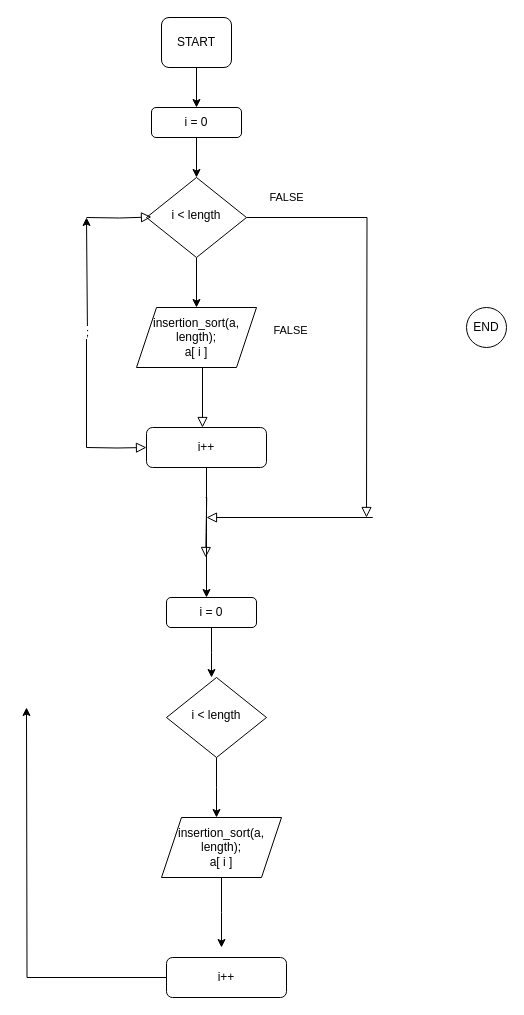
The draw.io diagram Untitled Diagram- sort-binary-search.drawio in MaxGitHub0515/College-labs, before the edit. Source tidied: cells renumbered, new cells numbered last; positions are measured from the earlier drawing's top-left corner, leaving out a move shared by most shapes. Both pictures are drawn from the tidied source at 100%, with x=0, y=0 at pixel (26, 17).
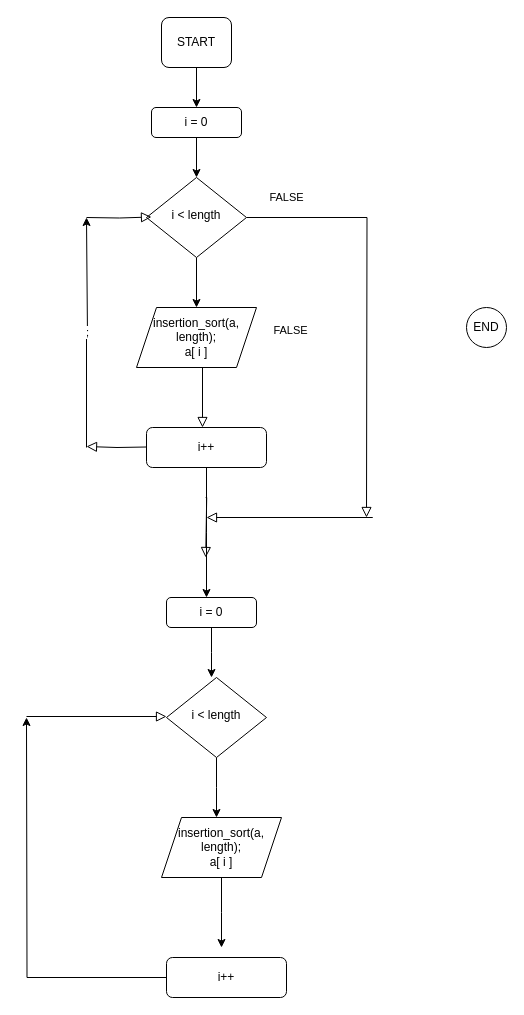
The same page after the edit.

The change refers to these unchanged cells:
```xml
<mxCell id="9" value="i++" style="rounded=1;whiteSpace=wrap;html=1;fontSize=12;glass=0;strokeWidth=1;shadow=0;" parent="1" vertex="1">
  <mxGeometry x="120" y="410" width="120" height="40" as="geometry" />
</mxCell>
<mxCell id="27" value="i++" style="rounded=1;whiteSpace=wrap;html=1;fontSize=12;glass=0;strokeWidth=1;shadow=0;" parent="1" vertex="1">
  <mxGeometry x="140" y="940" width="120" height="40" as="geometry" />
</mxCell>
```

What changed in the source:
```diff
@@
-    <mxCell id="15" style="edgeStyle=orthogonalEdgeStyle;rounded=0;html=1;jettySize=auto;fontSize=11;endArrow=block;endFill=0;endSize=8;strokeWidth=1;shadow=0;labelBackgroundColor=none;entryX=0;entryY=0.5;entryDx=0;entryDy=0;" parent="1" edge="1" target="9">
-      <mxGeometry y="10" relative="1" as="geometry">
-        <mxPoint x="60" y="430" as="sourcePoint" />
-      </mxGeometry>
-    </mxCell>
@@
     <mxCell id="26" style="edgeStyle=orthogonalEdgeStyle;rounded=0;jettySize=auto;html=1;" parent="1" edge="1" source="27">
       <mxGeometry relative="1" as="geometry">
-        <mxPoint y="690" as="targetPoint" />
+        <mxPoint y="700" as="targetPoint" />
       </mxGeometry>
     </mxCell>
@@
+    <mxCell id="28" style="edgeStyle=orthogonalEdgeStyle;rounded=0;html=1;jettySize=auto;orthogonalLoop=1;fontSize=11;endArrow=block;endFill=0;endSize=8;strokeWidth=1;shadow=0;labelBackgroundColor=none;" parent="1" edge="1">
+      <mxGeometry y="10" relative="1" as="geometry">
+        <mxPoint x="120" y="429.5" as="sourcePoint" />
+        <mxPoint x="60" y="429" as="targetPoint" />
+      </mxGeometry>
+    </mxCell>
+    <mxCell id="29" style="edgeStyle=orthogonalEdgeStyle;rounded=0;html=1;jettySize=auto;orthogonalLoop=1;fontSize=11;endArrow=block;endFill=0;endSize=8;strokeWidth=1;shadow=0;labelBackgroundColor=none;" parent="1" edge="1">
+      <mxGeometry y="10" relative="1" as="geometry">
+        <mxPoint y="699" as="sourcePoint" />
+        <mxPoint x="140" y="699" as="targetPoint" />
+      </mxGeometry>
+    </mxCell>
```
